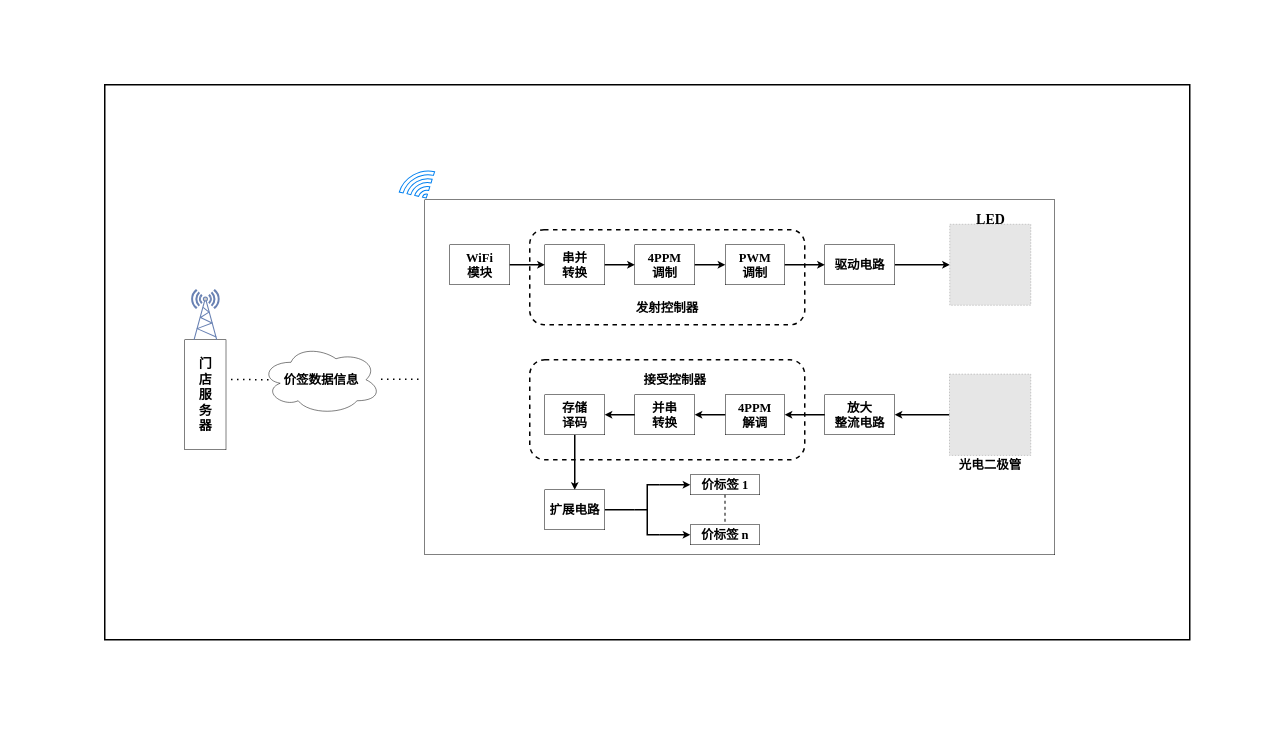
Before: 图.drawio in AXYZdong/useful-things, a draw.io diagram. Source tidied: cells renumbered, new cells numbered last; positions are measured from the earlier drawing's top-left corner, leaving out a move shared by most shapes. Both pictures are drawn from the tidied source at 50%, with x=0, y=0 at pixel (104, 84). Pictures stored in the file or linked from it are replaced by grey dashed boxes.
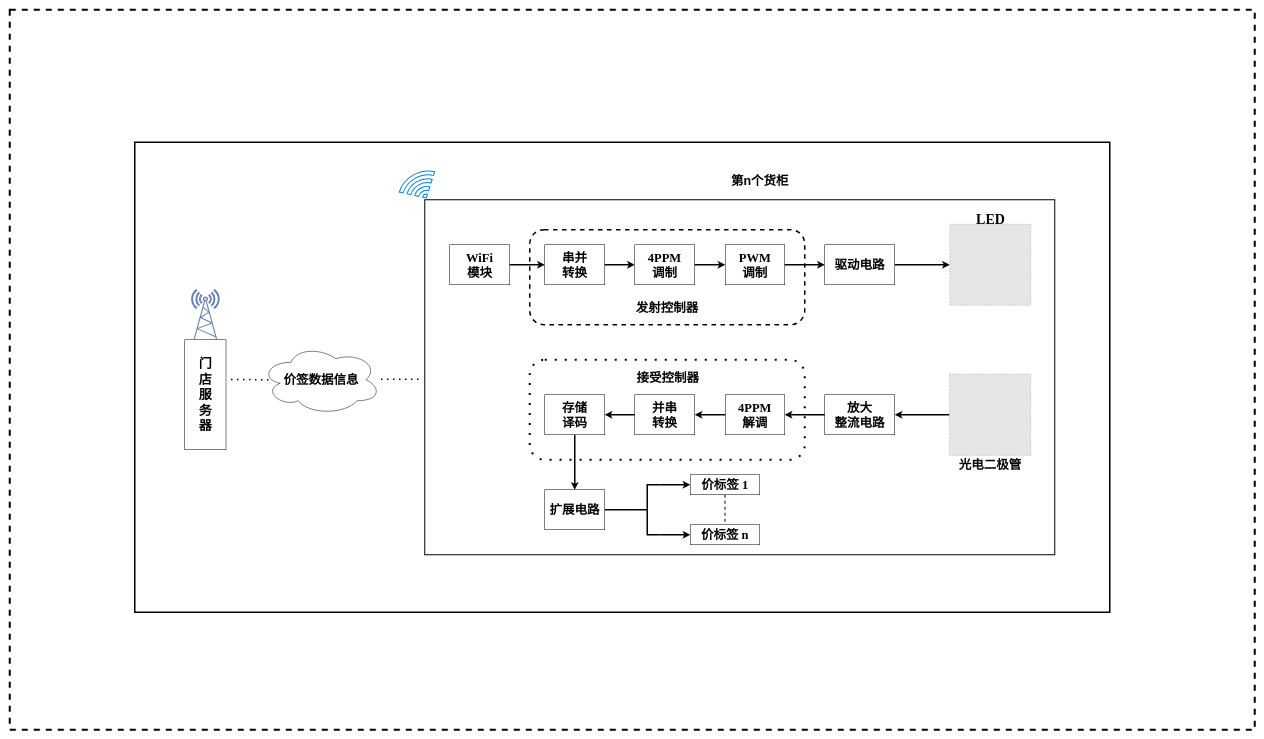
Above is the later version.

Commit message:
光电Li-Fi流程图.drawio

Diff of the diagram source:
```diff
@@
-    <mxCell id="7" style="rounded=0;whiteSpace=wrap;html=1;fontFamily=Times New Roman;fontSize=18;fillColor=none;" parent="1" vertex="1">
+    <mxCell id="7" style="rounded=0;whiteSpace=wrap;html=1;fontFamily=Times New Roman;fontSize=18;fillColor=none;strokeWidth=2;" parent="1" vertex="1">
       <mxGeometry x="640" y="230" width="1260" height="710" as="geometry" />
     </mxCell>
@@
-    <mxCell id="18" value="&lt;b style=&quot;font-size: 25px&quot;&gt;&lt;br&gt;&lt;br&gt;&lt;br&gt;&lt;br&gt;发射控制器&lt;/b&gt;" style="rounded=1;whiteSpace=wrap;html=1;fontFamily=Times New Roman;fontSize=20;dashed=1;fillColor=none;strokeWidth=3;" parent="1" vertex="1">
+    <mxCell id="18" value="&lt;b style=&quot;font-size: 25px&quot;&gt;&lt;br&gt;&lt;br&gt;&lt;br&gt;&lt;br&gt;发射控制器&lt;/b&gt;" style="rounded=1;whiteSpace=wrap;html=1;fontFamily=Times New Roman;fontSize=20;fillColor=none;strokeWidth=3;dashed=1;" parent="1" vertex="1">
       <mxGeometry x="850" y="290" width="550" height="190" as="geometry" />
     </mxCell>
-    <mxCell id="19" style="rounded=1;whiteSpace=wrap;html=1;fontFamily=Times New Roman;fontSize=20;dashed=1;fillColor=none;strokeWidth=3;" parent="1" vertex="1">
+    <mxCell id="19" style="rounded=1;whiteSpace=wrap;html=1;fontFamily=Times New Roman;fontSize=20;dashed=1;fillColor=none;strokeWidth=4;dashPattern=1 4;" parent="1" vertex="1">
       <mxGeometry x="850" y="550" width="550" height="200" as="geometry" />
     </mxCell>
     <mxCell id="20" value="&lt;b&gt;&lt;font style=&quot;font-size: 25px&quot;&gt;接受控制器&lt;/font&gt;&lt;/b&gt;" style="text;html=1;strokeColor=none;fillColor=none;align=center;verticalAlign=middle;whiteSpace=wrap;rounded=0;dashed=1;fontFamily=Times New Roman;fontSize=20;" parent="1" vertex="1">
-      <mxGeometry x="1073.8" y="580" width="132.5" height="20" as="geometry" />
+      <mxGeometry x="1060" y="575" width="132.5" height="20" as="geometry" />
     </mxCell>
@@
     <mxCell id="43" style="rounded=0;whiteSpace=wrap;html=1;strokeWidth=3;fillColor=none;fontFamily=Times New Roman;fontSize=20;" parent="1" vertex="1">
-      <mxGeometry width="2170" height="1110" as="geometry" />
+      <mxGeometry x="60" y="115" width="1950" height="940" as="geometry" />
     </mxCell>
+    <mxCell id="44" value="&lt;font style=&quot;font-size: 25px&quot;&gt;&lt;b&gt;第n个货柜&lt;/b&gt;&lt;/font&gt;" style="text;html=1;strokeColor=none;fillColor=none;align=center;verticalAlign=middle;whiteSpace=wrap;rounded=0;dashed=1;" parent="1" vertex="1">
+      <mxGeometry x="1231" y="170" width="159" height="40" as="geometry" />
+    </mxCell>
+    <mxCell id="45" style="rounded=0;whiteSpace=wrap;html=1;dashed=1;strokeWidth=4;fillColor=none;" parent="1" vertex="1">
+      <mxGeometry x="-190" y="-150" width="2490" height="1440" as="geometry" />
+    </mxCell>
```
